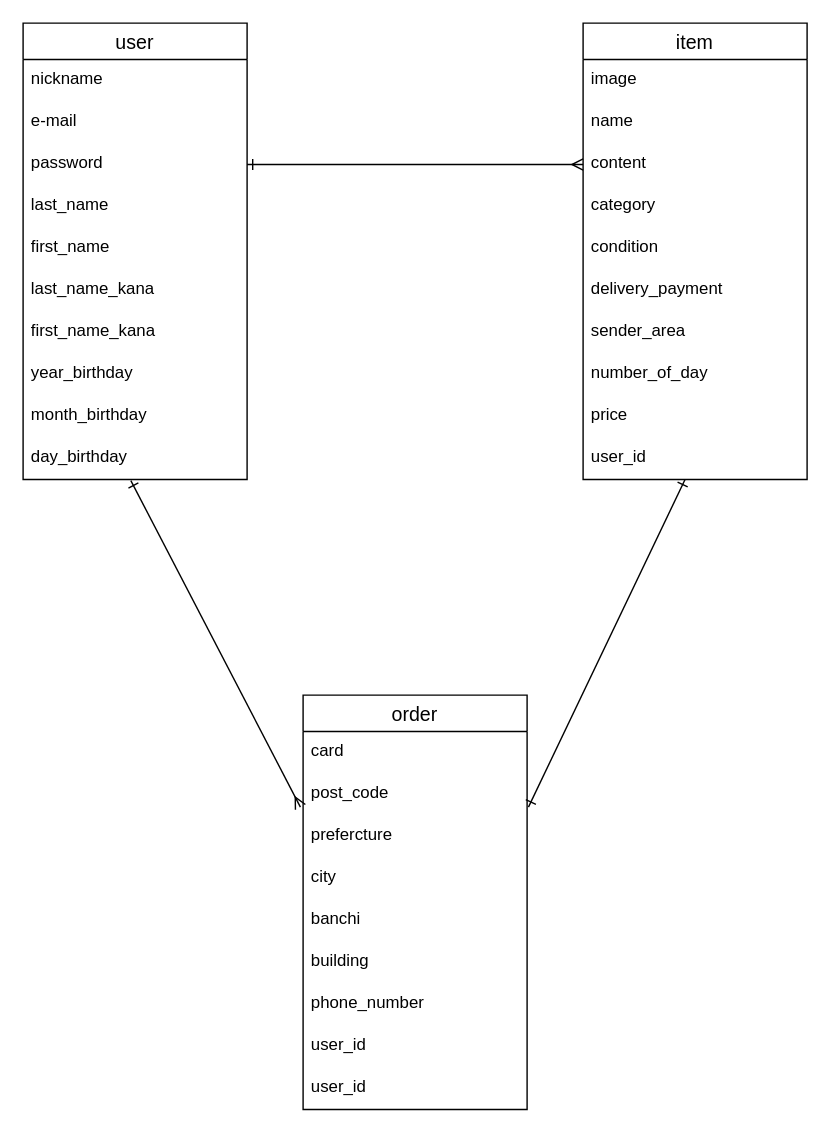
Before: er.dio in naminoriko/furima-39235, a draw.io diagram. Source tidied: cells renumbered, new cells numbered last; positions are measured from the earlier drawing's top-left corner, leaving out a move shared by most shapes. Both pictures are drawn from the tidied source at 140%, with x=0, y=0 at pixel (22, 22).
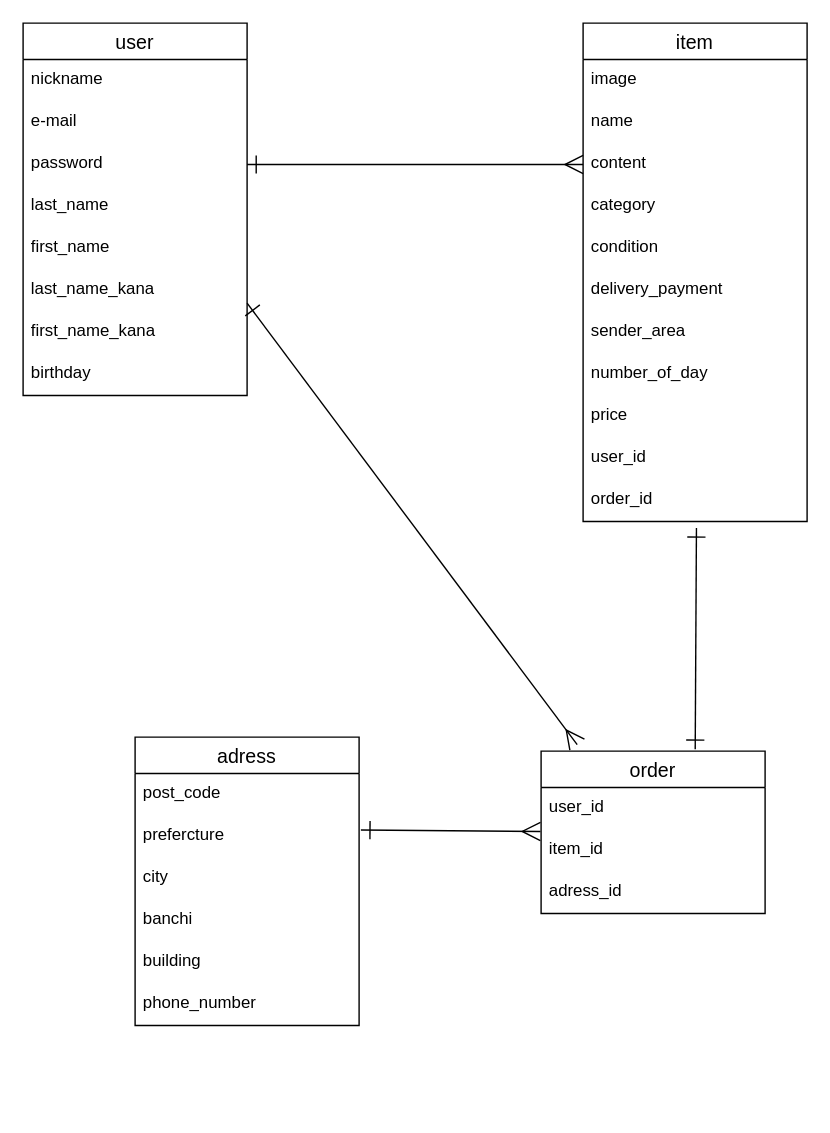
The same page after the edit.

Commit message (it also covers changes not shown here):
ER図、READMEファイル修正

The change refers to these unchanged cells:
```xml
<mxCell id="5" value="content" style="text;strokeColor=none;fillColor=none;spacingLeft=4;spacingRight=4;overflow=hidden;points=[[0,0.5],[1,0.5]];portConstraint=eastwest;fontSize=12;" parent="2" vertex="1">
  <mxGeometry y="86" width="160" height="30" as="geometry" />
</mxCell>
<mxCell id="12" value="user_id" style="text;strokeColor=none;fillColor=none;spacingLeft=4;spacingRight=4;overflow=hidden;points=[[0,0.5],[1,0.5]];portConstraint=eastwest;fontSize=12;" parent="2" vertex="1">
  <mxGeometry y="296" width="160" height="30" as="geometry" />
</mxCell>
```

The edit, as a diff of the source:
```diff
@@
     <mxCell id="2" value="item" style="swimlane;fontStyle=0;horizontal=1;startSize=26;align=center;fontSize=14;" parent="1" vertex="1">
-      <mxGeometry x="400" width="160" height="326" as="geometry" />
+      <mxGeometry x="400" width="160" height="356" as="geometry" />
     </mxCell>
@@
+    <mxCell id="37" value="order_id" style="text;strokeColor=none;fillColor=none;spacingLeft=4;spacingRight=4;overflow=hidden;points=[[0,0.5],[1,0.5]];portConstraint=eastwest;fontSize=12;" parent="2" vertex="1">
+      <mxGeometry y="326" width="160" height="30" as="geometry" />
+    </mxCell>
     <mxCell id="13" value="user" style="swimlane;fontStyle=0;horizontal=1;startSize=26;align=center;fontSize=14;" parent="1" vertex="1">
-      <mxGeometry width="160" height="326" as="geometry" />
+      <mxGeometry width="160" height="266" as="geometry" />
     </mxCell>
@@
-    <mxCell id="21" value="year_birthday" style="text;strokeColor=none;fillColor=none;spacingLeft=4;spacingRight=4;overflow=hidden;fontSize=12;" parent="13" vertex="1">
-      <mxGeometry y="236" width="160" height="30" as="geometry" />
-    </mxCell>
-    <mxCell id="22" value="month_birthday" style="text;strokeColor=none;fillColor=none;spacingLeft=4;spacingRight=4;overflow=hidden;fontSize=12;" parent="13" vertex="1">
-      <mxGeometry y="266" width="160" height="30" as="geometry" />
-    </mxCell>
-    <mxCell id="23" value="day_birthday" style="text;strokeColor=none;fillColor=none;spacingLeft=4;spacingRight=4;overflow=hidden;points=[[0,0.5],[1,0.5]];portConstraint=eastwest;fontSize=12;" parent="13" vertex="1">
-      <mxGeometry y="296" width="160" height="30" as="geometry" />
+    <mxCell id="23" value="birthday" style="text;strokeColor=none;fillColor=none;spacingLeft=4;spacingRight=4;overflow=hidden;points=[[0,0.5],[1,0.5]];portConstraint=eastwest;fontSize=12;" parent="13" vertex="1">
+      <mxGeometry y="236" width="160" height="30" as="geometry" />
     </mxCell>
-    <mxCell id="24" value="order" style="swimlane;fontStyle=0;horizontal=1;startSize=26;align=center;fontSize=14;" parent="1" vertex="1">
-      <mxGeometry x="200" y="480" width="160" height="296" as="geometry" />
+    <mxCell id="24" value="adress" style="swimlane;fontStyle=0;horizontal=1;startSize=26;align=center;fontSize=14;" parent="1" vertex="1">
+      <mxGeometry x="80" y="510" width="160" height="206" as="geometry" />
     </mxCell>
-    <mxCell id="25" value="card" style="text;strokeColor=none;fillColor=none;spacingLeft=4;spacingRight=4;overflow=hidden;fontSize=12;" parent="24" vertex="1">
-      <mxGeometry y="26" width="160" height="30" as="geometry" />
-    </mxCell>
     <mxCell id="26" value="post_code" style="text;strokeColor=none;fillColor=none;spacingLeft=4;spacingRight=4;overflow=hidden;points=[[0,0.5],[1,0.5]];portConstraint=eastwest;fontSize=12;" parent="24" vertex="1">
-      <mxGeometry y="56" width="160" height="30" as="geometry" />
+      <mxGeometry y="26" width="160" height="30" as="geometry" />
     </mxCell>
     <mxCell id="27" value="prefercture" style="text;strokeColor=none;fillColor=none;spacingLeft=4;spacingRight=4;overflow=hidden;points=[[0,0.5],[1,0.5]];portConstraint=eastwest;fontSize=12;" parent="24" vertex="1">
-      <mxGeometry y="86" width="160" height="30" as="geometry" />
+      <mxGeometry y="56" width="160" height="30" as="geometry" />
     </mxCell>
     <mxCell id="28" value="city" style="text;strokeColor=none;fillColor=none;spacingLeft=4;spacingRight=4;overflow=hidden;fontSize=12;" parent="24" vertex="1">
-      <mxGeometry y="116" width="160" height="30" as="geometry" />
+      <mxGeometry y="86" width="160" height="30" as="geometry" />
     </mxCell>
     <mxCell id="29" value="banchi" style="text;strokeColor=none;fillColor=none;spacingLeft=4;spacingRight=4;overflow=hidden;fontSize=12;" parent="24" vertex="1">
-      <mxGeometry y="146" width="160" height="30" as="geometry" />
+      <mxGeometry y="116" width="160" height="30" as="geometry" />
     </mxCell>
     <mxCell id="30" value="building" style="text;strokeColor=none;fillColor=none;spacingLeft=4;spacingRight=4;overflow=hidden;fontSize=12;" parent="24" vertex="1">
-      <mxGeometry y="176" width="160" height="30" as="geometry" />
+      <mxGeometry y="146" width="160" height="30" as="geometry" />
     </mxCell>
     <mxCell id="31" value="phone_number" style="text;strokeColor=none;fillColor=none;spacingLeft=4;spacingRight=4;overflow=hidden;fontSize=12;" parent="24" vertex="1">
-      <mxGeometry y="206" width="160" height="30" as="geometry" />
+      <mxGeometry y="176" width="160" height="30" as="geometry" />
     </mxCell>
-    <mxCell id="32" value="user_id" style="text;strokeColor=none;fillColor=none;spacingLeft=4;spacingRight=4;overflow=hidden;fontSize=12;" parent="24" vertex="1">
-      <mxGeometry y="236" width="160" height="30" as="geometry" />
-    </mxCell>
-    <mxCell id="33" value="user_id" style="text;strokeColor=none;fillColor=none;spacingLeft=4;spacingRight=4;overflow=hidden;fontSize=12;" parent="24" vertex="1">
-      <mxGeometry y="266" width="160" height="30" as="geometry" />
-    </mxCell>
-    <mxCell id="34" style="edgeStyle=none;html=1;entryX=0;entryY=0.5;entryDx=0;entryDy=0;endArrow=ERmany;endFill=0;startArrow=ERone;startFill=0;" parent="1" edge="1" target="5">
+    <mxCell id="34" style="edgeStyle=none;html=1;entryX=0;entryY=0.5;entryDx=0;entryDy=0;endArrow=ERmany;endFill=0;startArrow=ERone;startFill=0;endSize=11;startSize=11;" parent="1" edge="1" target="5">
       <mxGeometry relative="1" as="geometry">
         <mxPoint x="160" y="101" as="sourcePoint" />
       </mxGeometry>
     </mxCell>
-    <mxCell id="35" style="edgeStyle=none;html=1;exitX=0.481;exitY=1.026;exitDx=0;exitDy=0;entryX=-0.012;entryY=0.8;entryDx=0;entryDy=0;endArrow=ERmany;endFill=0;exitPerimeter=0;entryPerimeter=0;startArrow=ERone;startFill=0;" parent="1" edge="1" source="23" target="26">
-      <mxGeometry relative="1" as="geometry" />
-    </mxCell>
-    <mxCell id="36" style="edgeStyle=none;html=1;exitX=1.006;exitY=0.8;exitDx=0;exitDy=0;endArrow=ERone;endFill=0;startArrow=ERone;startFill=0;exitPerimeter=0;" parent="1" edge="1" source="26" target="12">
+    <mxCell id="36" style="edgeStyle=none;html=1;endArrow=ERone;endFill=0;startArrow=ERone;startFill=0;exitX=0.688;exitY=-0.012;exitDx=0;exitDy=0;exitPerimeter=0;endSize=11;startSize=11;entryX=0.506;entryY=1.154;entryDx=0;entryDy=0;entryPerimeter=0;" parent="1" edge="1" source="39" target="37">
       <mxGeometry relative="1" as="geometry" />
     </mxCell>
+    <mxCell id="38" style="edgeStyle=none;html=1;entryX=1.008;entryY=0.347;entryDx=0;entryDy=0;entryPerimeter=0;strokeWidth=1;startArrow=ERmany;startFill=0;endArrow=ERone;endFill=0;startSize=11;endSize=11;exitX=-0.003;exitY=1.049;exitDx=0;exitDy=0;exitPerimeter=0;" parent="1" edge="1" source="40" target="27">
+      <mxGeometry relative="1" as="geometry" />
+    </mxCell>
+    <mxCell id="39" value="order" style="swimlane;fontStyle=0;horizontal=1;startSize=26;align=center;fontSize=14;" parent="1" vertex="1">
+      <mxGeometry x="370" y="520" width="160" height="116" as="geometry" />
+    </mxCell>
+    <mxCell id="40" value="user_id" style="text;strokeColor=none;fillColor=none;spacingLeft=4;spacingRight=4;overflow=hidden;points=[[0,0.5],[1,0.5]];portConstraint=eastwest;fontSize=12;" parent="39" vertex="1">
+      <mxGeometry y="26" width="160" height="30" as="geometry" />
+    </mxCell>
+    <mxCell id="41" value="item_id" style="text;strokeColor=none;fillColor=none;spacingLeft=4;spacingRight=4;overflow=hidden;fontSize=12;" parent="39" vertex="1">
+      <mxGeometry y="56" width="160" height="30" as="geometry" />
+    </mxCell>
+    <mxCell id="42" value="adress_id" style="text;strokeColor=none;fillColor=none;spacingLeft=4;spacingRight=4;overflow=hidden;fontSize=12;" parent="39" vertex="1">
+      <mxGeometry y="86" width="160" height="30" as="geometry" />
+    </mxCell>
+    <mxCell id="43" style="edgeStyle=none;html=1;entryX=0.161;entryY=-0.04;entryDx=0;entryDy=0;endArrow=ERmany;endFill=0;startArrow=ERone;startFill=0;endSize=11;startSize=11;entryPerimeter=0;" parent="1" edge="1" target="39">
+      <mxGeometry relative="1" as="geometry">
+        <mxPoint x="160" y="200" as="sourcePoint" />
+      </mxGeometry>
+    </mxCell>
```
